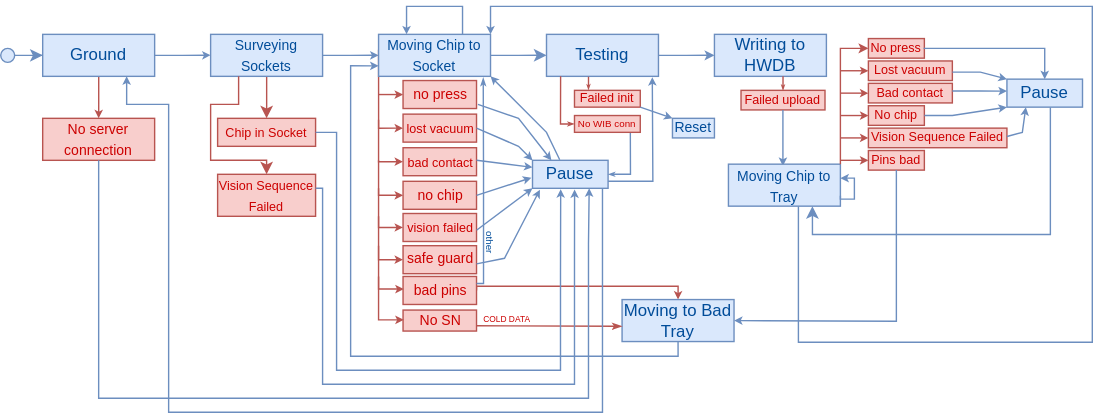
tcontrer/DUNE-RTS-SCADA keeps this draw.io diagram as images/State Machine Diagram.svg. Above is the earlier version. Source tidied: cells renumbered, new cells last; positions are measured from the earlier drawing's top-left corner, leaving out a move shared by most shapes.
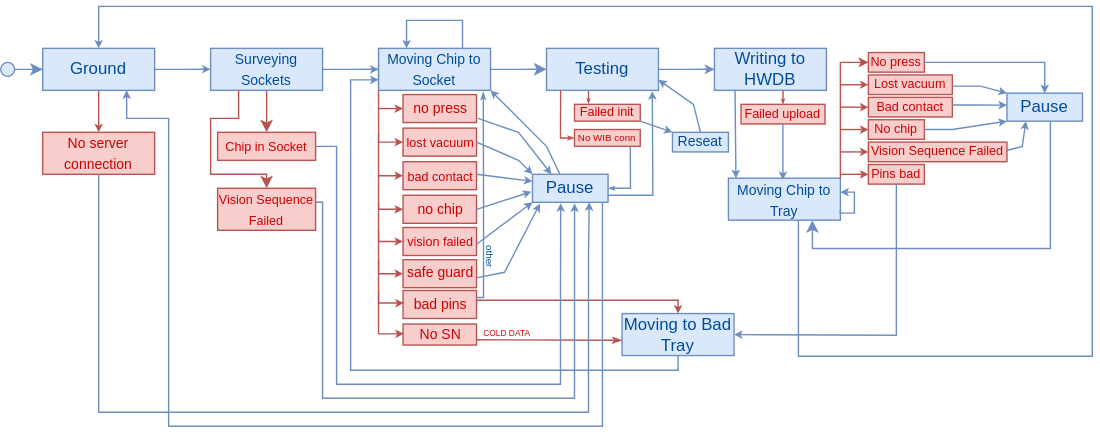
Later version of the same file.

Diff of the diagram source:
```diff
@@ -337,8 +337,8 @@
         <mxPoint x="480" y="80" as="targetPoint" />
       </mxGeometry>
     </mxCell>
-    <mxCell id="63" value="&lt;font style=&quot;color: rgb(0, 76, 153); font-size: 10px;&quot;&gt;Reset&lt;/font&gt;" style="rounded=0;whiteSpace=wrap;html=1;fillColor=#dae8fc;strokeColor=#6c8ebf;spacingBottom=3;" parent="1" vertex="1">
-      <mxGeometry x="480" y="80" width="30" height="14" as="geometry" />
+    <mxCell id="63" value="&lt;font style=&quot;color: rgb(0, 76, 153); font-size: 10px;&quot;&gt;Reseat&lt;/font&gt;" style="rounded=0;whiteSpace=wrap;html=1;fillColor=#dae8fc;strokeColor=#6c8ebf;spacingBottom=3;" parent="1" vertex="1">
+      <mxGeometry x="480" y="80" width="40" height="14" as="geometry" />
     </mxCell>
     <mxCell id="64" value="&lt;font style=&quot;color: rgb(204, 0, 0); font-size: 9px;&quot;&gt;Failed upload&lt;/font&gt;" style="rounded=0;whiteSpace=wrap;html=1;fillColor=#f8cecc;strokeColor=#b85450;spacingBottom=2;spacing=2;" parent="1" vertex="1">
       <mxGeometry x="529" y="60" width="60" height="14" as="geometry" />
@@ -367,15 +367,14 @@
         </Array>
       </mxGeometry>
     </mxCell>
-    <mxCell id="69" style="endArrow=classic;html=1;rounded=0;fillColor=#dae8fc;strokeColor=#6c8ebf;endSize=3;" parent="1" edge="1">
+    <mxCell id="69" style="endArrow=classic;html=1;rounded=0;fillColor=#dae8fc;strokeColor=#6c8ebf;endSize=3;entryX=0.5;entryY=0;entryDx=0;entryDy=0;" parent="1" edge="1" target="5">
       <mxGeometry relative="1" as="geometry">
         <mxPoint x="570" y="142.8" as="sourcePoint" />
-        <mxPoint x="350" y="20" as="targetPoint" />
         <Array as="points">
           <mxPoint x="570" y="240" />
           <mxPoint x="780" y="240" />
-          <mxPoint x="780" />
-          <mxPoint x="350" />
+          <mxPoint x="780" y="-10" />
+          <mxPoint x="70" y="-10" />
         </Array>
       </mxGeometry>
     </mxCell>
@@ -493,5 +492,15 @@
         </Array>
       </mxGeometry>
     </mxCell>
+    <mxCell id="90" style="endArrow=classic;html=1;rounded=0;fillColor=#dae8fc;gradientColor=#7ea6e0;strokeColor=#6c8ebf;endSize=3;exitX=0.5;exitY=0;exitDx=0;exitDy=0;entryX=1;entryY=0.75;entryDx=0;entryDy=0;" parent="1" edge="1" source="63" target="13">
+      <mxGeometry relative="1" as="geometry">
+        <Array as="points">
+          <mxPoint x="495" y="60" />
+        </Array>
+      </mxGeometry>
+    </mxCell>
+    <mxCell id="91" style="endArrow=classic;html=1;rounded=0;fillColor=#dae8fc;strokeColor=#6c8ebf;endSize=3;entryX=0.067;entryY=0;entryDx=0;entryDy=0;entryPerimeter=0;exitX=0.184;exitY=1.012;exitDx=0;exitDy=0;exitPerimeter=0;" parent="1" edge="1" source="21" target="67">
+      <mxGeometry relative="1" as="geometry" />
+    </mxCell>
   </root>
 </mxGraphModel>
```
